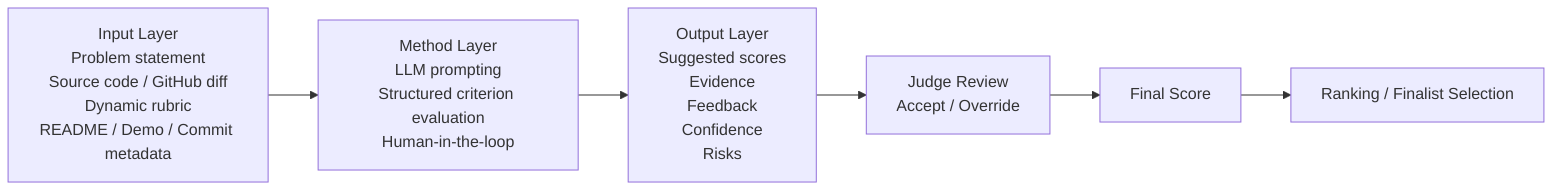
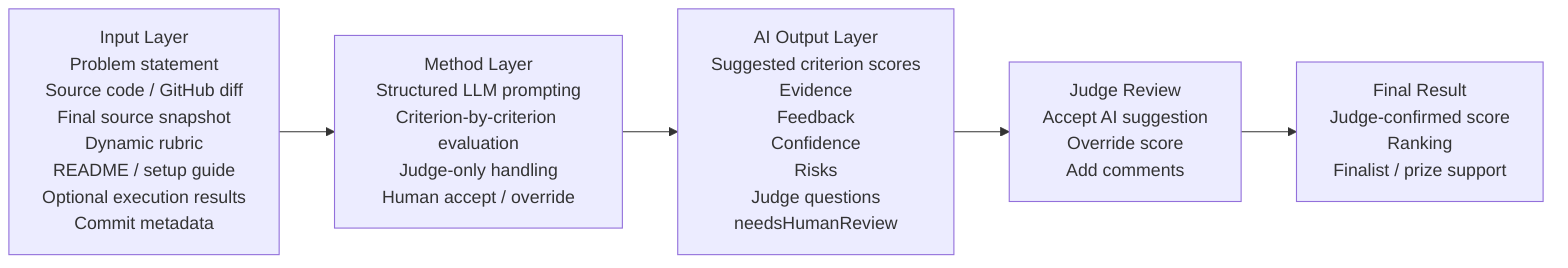
flowchart LR
-     A[Input Layer\nProblem statement\nSource code / GitHub diff\nDynamic rubric\nREADME / Demo / Commit metadata] --> B[Method Layer\nLLM prompting\nStructured criterion evaluation\nHuman-in-the-loop]
-     B --> C[Output Layer\nSuggested scores\nEvidence\nFeedback\nConfidence\nRisks]
-     C --> D[Judge Review\nAccept / Override]
-     D --> E[Final Score]
-     E --> F[Ranking / Finalist Selection]
+     A["Input Layer\nProblem statement\nSource code / GitHub diff\nFinal source snapshot\nDynamic rubric\nREADME / setup guide\nOptional execution results\nCommit metadata"] --> B["Method Layer\nStructured LLM prompting\nCriterion-by-criterion evaluation\nJudge-only handling\nHuman accept / override"]
+     B --> C["AI Output Layer\nSuggested criterion scores\nEvidence\nFeedback\nConfidence\nRisks\nJudge questions\nneedsHumanReview"]
+     C --> D["Judge Review\nAccept AI suggestion\nOverride score\nAdd comments"]
+     D --> E["Final Result\nJudge-confirmed score\nRanking\nFinalist / prize support"]
